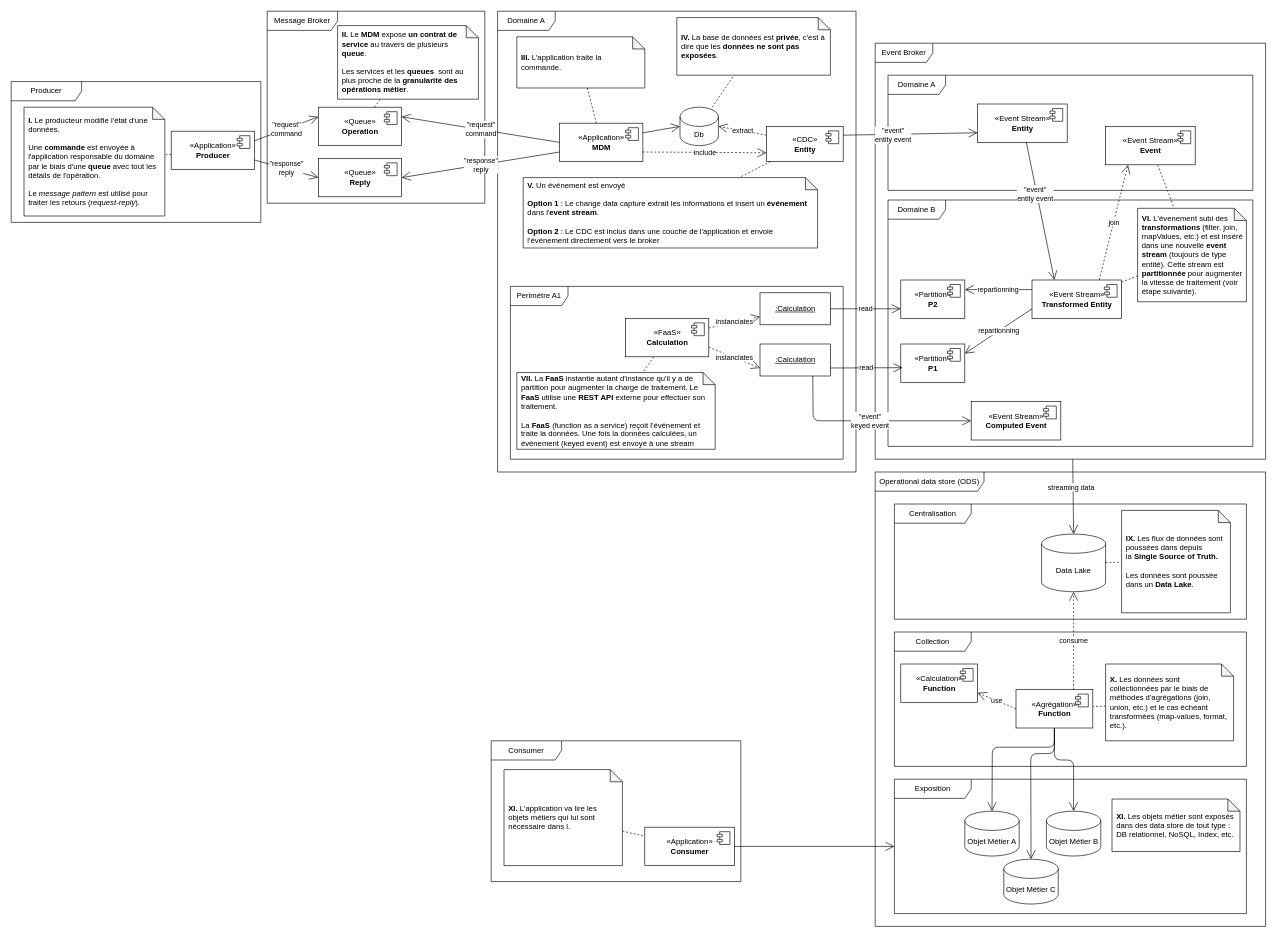
Above: page "big-picture" (11 of 11) of drafts/eda.drawio in diplomegalo/event-driven (draw.io), before the change. Source tidied: cells renumbered, new cells numbered last; positions are measured from the earlier drawing's top-left corner, leaving out a move shared by most shapes. Both pictures are drawn from the tidied source at 64%, with x=0, y=0 at pixel (11, 11).
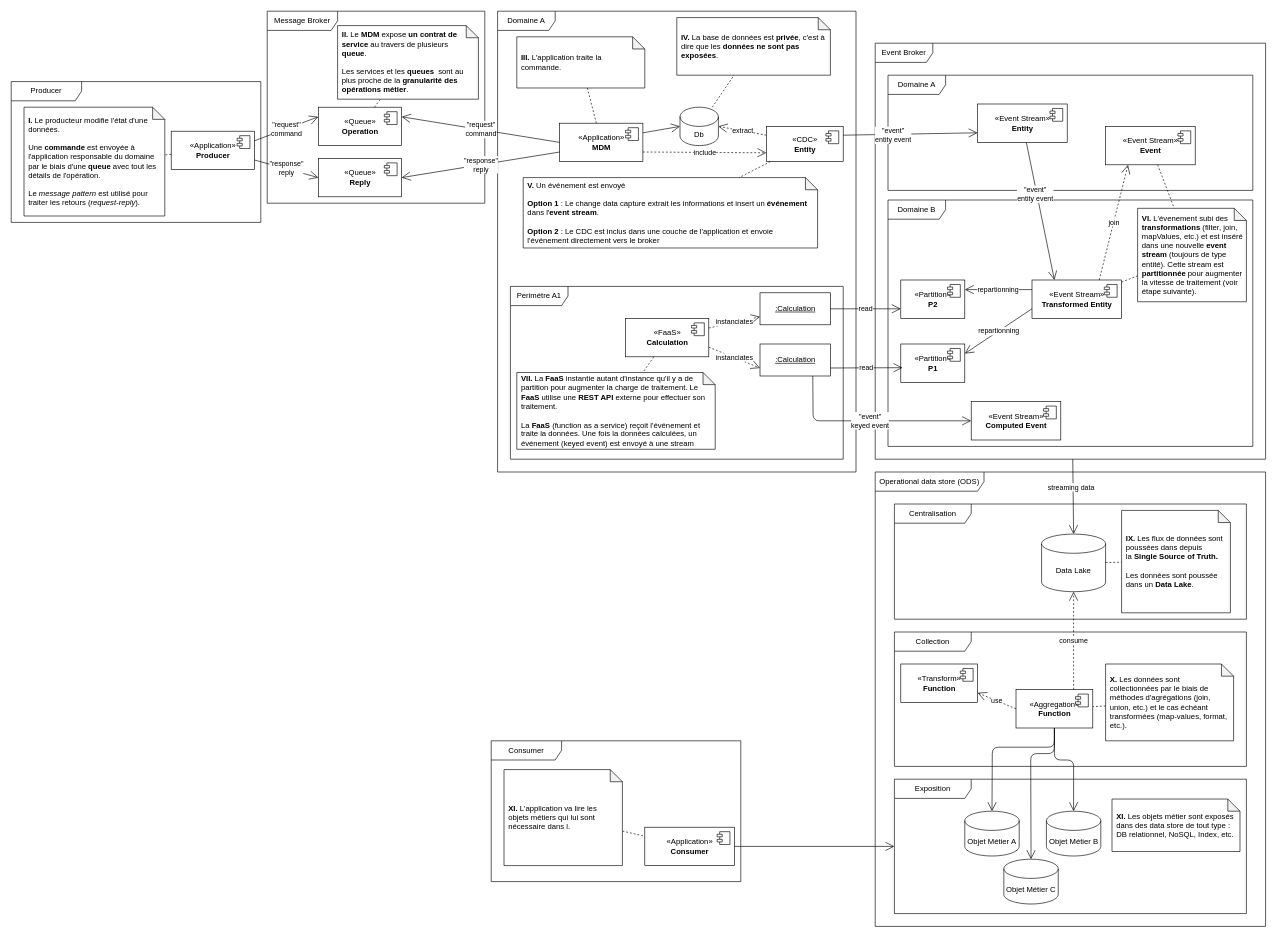
The same diagram, later.

Commit message:
data stream

Diff of the diagram source:
```diff
@@
-    <mxCell id="82" value="«Agrégation»&lt;br&gt;&lt;b&gt;Function&lt;/b&gt;" style="html=1;" parent="1" vertex="1">
+    <mxCell id="82" value="«Aggregation»&lt;br&gt;&lt;b&gt;Function&lt;/b&gt;" style="html=1;" parent="1" vertex="1">
       <mxGeometry x="1570" y="1060" width="120" height="60" as="geometry" />
     </mxCell>
@@
-    <mxCell id="86" value="«Calculation»&lt;br&gt;&lt;b&gt;Function&lt;/b&gt;" style="html=1;" parent="1" vertex="1">
+    <mxCell id="86" value="«Transform»&lt;br&gt;&lt;b&gt;Function&lt;/b&gt;" style="html=1;" parent="1" vertex="1">
       <mxGeometry x="1390" y="1020" width="120" height="60" as="geometry" />
     </mxCell>
```
